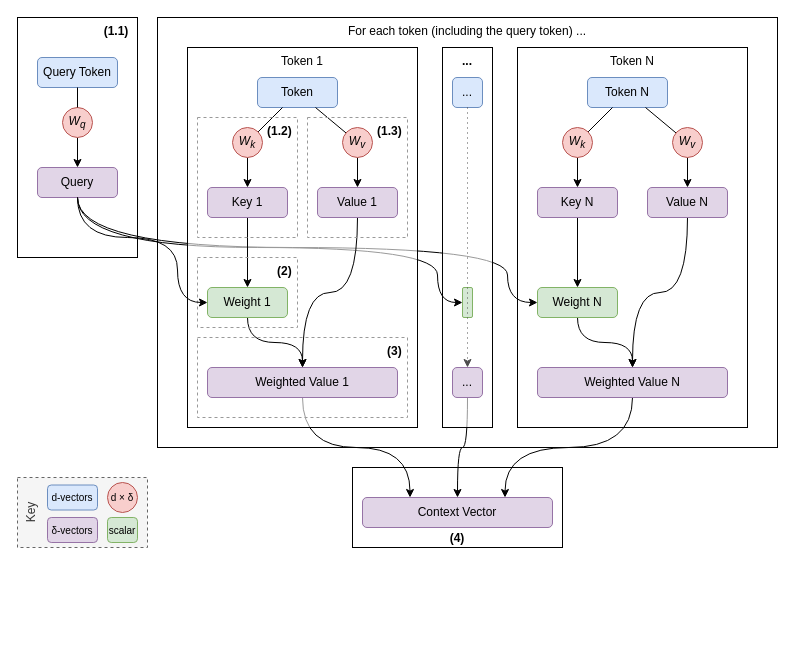
Earlier version of the draw.io diagram book/images/self-attention/overview.drawio (yshavit/llm-notes). Source tidied: cells renumbered, new cells numbered last; positions are measured from the earlier drawing's top-left corner, leaving out a move shared by most shapes. Both pictures are drawn from the tidied source at 100%, with x=0, y=0 at pixel (17, 17).
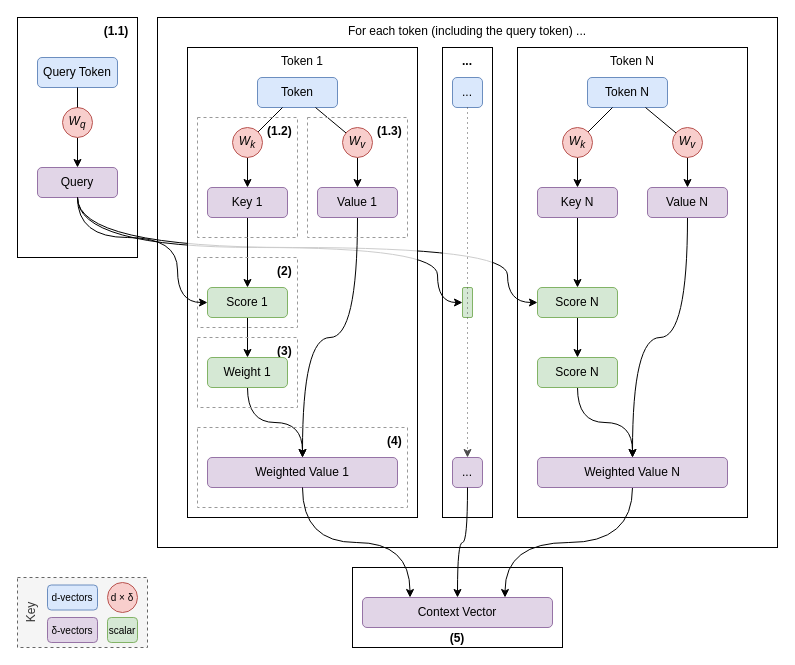
After the change.

The edit, as a diff of the source:
```diff
@@
     <mxCell id="6" value="For each token (including the query token) ..." style="rounded=0;whiteSpace=wrap;html=1;verticalAlign=top;" parent="1" vertex="1">
-      <mxGeometry x="140" width="620" height="430" as="geometry" />
+      <mxGeometry x="140" width="620" height="530" as="geometry" />
     </mxCell>
@@
-    <mxCell id="9" style="edgeStyle=orthogonalEdgeStyle;rounded=0;jettySize=auto;html=1;exitX=0.5;exitY=1;exitDx=0;exitDy=0;entryX=0.25;entryY=0;entryDx=0;entryDy=0;curved=1;" parent="1" edge="1" source="52" target="11">
-      <mxGeometry relative="1" as="geometry" />
-    </mxCell>
-    <mxCell id="10" value="(4)" style="rounded=0;whiteSpace=wrap;html=1;fillColor=none;strokeColor=#000000;align=center;verticalAlign=bottom;fontStyle=1;" parent="1" vertex="1">
-      <mxGeometry x="335" y="450" width="210" height="80" as="geometry" />
+    <mxCell id="10" value="(5)" style="rounded=0;whiteSpace=wrap;html=1;fillColor=none;strokeColor=#000000;align=center;verticalAlign=bottom;fontStyle=1;" parent="1" vertex="1">
+      <mxGeometry x="335" y="550" width="210" height="80" as="geometry" />
     </mxCell>
     <mxCell id="11" value="Context Vector" style="rounded=1;whiteSpace=wrap;html=1;fillColor=#e1d5e7;strokeColor=#9673a6;" parent="1" vertex="1">
-      <mxGeometry x="345" y="480" width="190" height="30" as="geometry" />
+      <mxGeometry x="345" y="580" width="190" height="30" as="geometry" />
     </mxCell>
     <mxCell id="12" value="Token N" style="rounded=0;whiteSpace=wrap;html=1;verticalAlign=top;" parent="1" vertex="1">
-      <mxGeometry x="500" y="30" width="230" height="380" as="geometry" />
+      <mxGeometry x="500" y="30" width="230" height="470" as="geometry" />
     </mxCell>
@@
-    <mxCell id="19" style="rounded=0;jettySize=auto;html=1;exitX=0.5;exitY=1;exitDx=0;exitDy=0;entryX=0.5;entryY=0;entryDx=0;entryDy=0;edgeStyle=orthogonalEdgeStyle;curved=1;" parent="1" edge="1" source="25" target="27">
+    <mxCell id="19" style="rounded=0;jettySize=auto;html=1;exitX=0.5;exitY=1;exitDx=0;exitDy=0;entryX=0.5;entryY=0;entryDx=0;entryDy=0;edgeStyle=orthogonalEdgeStyle;curved=1;" parent="1" edge="1" source="65" target="27">
       <mxGeometry relative="1" as="geometry" />
     </mxCell>
@@
+    <mxCell id="61" style="edgeStyle=orthogonalEdgeStyle;rounded=0;jettySize=auto;html=1;exitX=0.5;exitY=1;exitDx=0;exitDy=0;entryX=0.5;entryY=0;entryDx=0;entryDy=0;" parent="1" edge="1" source="25" target="65">
+      <mxGeometry relative="1" as="geometry" />
+    </mxCell>
-    <mxCell id="25" value="Weight N" style="rounded=1;whiteSpace=wrap;html=1;fillColor=#d5e8d4;strokeColor=#82b366;" parent="1" vertex="1">
+    <mxCell id="25" value="Score N" style="rounded=1;whiteSpace=wrap;html=1;fillColor=#d5e8d4;strokeColor=#82b366;" parent="1" vertex="1">
       <mxGeometry x="520" y="270" width="80" height="30" as="geometry" />
     </mxCell>
@@
     <mxCell id="27" value="Weighted Value N" style="rounded=1;whiteSpace=wrap;html=1;fillColor=#e1d5e7;strokeColor=#9673a6;" parent="1" vertex="1">
-      <mxGeometry x="520" y="350" width="190" height="30" as="geometry" />
+      <mxGeometry x="520" y="440" width="190" height="30" as="geometry" />
     </mxCell>
-    <mxCell id="28" style="edgeStyle=orthogonalEdgeStyle;rounded=0;jettySize=auto;html=1;exitX=0.5;exitY=1;exitDx=0;exitDy=0;entryX=0.5;entryY=0;entryDx=0;entryDy=0;curved=1;" parent="1" edge="1" source="31" target="11">
-      <mxGeometry relative="1" as="geometry" />
-    </mxCell>
@@
-    <mxCell id="30" value="..." style="rounded=0;whiteSpace=wrap;html=1;verticalAlign=top;fontStyle=1;fillColor=#FFFFFF99;" parent="1" vertex="1">
-      <mxGeometry x="425" y="30" width="50" height="380" as="geometry" />
+    <mxCell id="30" value="..." style="rounded=0;whiteSpace=wrap;html=1;verticalAlign=top;fontStyle=1;fillColor=#FFFFFFCC;" parent="1" vertex="1">
+      <mxGeometry x="425" y="30" width="50" height="470" as="geometry" />
     </mxCell>
     <mxCell id="31" value="..." style="rounded=1;whiteSpace=wrap;html=1;fillColor=#e1d5e7;strokeColor=#9673a6;" parent="1" vertex="1">
-      <mxGeometry x="435" y="350" width="30" height="30" as="geometry" />
+      <mxGeometry x="435" y="440" width="30" height="30" as="geometry" />
     </mxCell>
@@
-    <mxCell id="36" value="Token 1" style="rounded=0;whiteSpace=wrap;html=1;verticalAlign=top;fillColor=#FFFFFF99;" parent="1" vertex="1">
-      <mxGeometry x="170" y="30" width="230" height="380" as="geometry" />
+    <mxCell id="36" value="Token 1" style="rounded=0;whiteSpace=wrap;html=1;verticalAlign=top;fillColor=#FFFFFFCC;" parent="1" vertex="1">
+      <mxGeometry x="170" y="30" width="230" height="470" as="geometry" />
     </mxCell>
@@
-    <mxCell id="42" style="rounded=0;jettySize=auto;html=1;exitX=0.5;exitY=1;exitDx=0;exitDy=0;entryX=0.5;entryY=0;entryDx=0;entryDy=0;edgeStyle=orthogonalEdgeStyle;curved=1;" parent="1" edge="1" source="50" target="52">
+    <mxCell id="42" style="rounded=0;jettySize=auto;html=1;exitX=0.5;exitY=1;exitDx=0;exitDy=0;entryX=0.5;entryY=0;entryDx=0;entryDy=0;edgeStyle=orthogonalEdgeStyle;curved=1;" parent="1" edge="1" source="64" target="52">
       <mxGeometry relative="1" as="geometry" />
     </mxCell>
@@
+    <mxCell id="62" style="edgeStyle=orthogonalEdgeStyle;rounded=0;jettySize=auto;html=1;exitX=0.5;exitY=1;exitDx=0;exitDy=0;entryX=0.5;entryY=0;entryDx=0;entryDy=0;" parent="1" edge="1" source="50" target="64">
+      <mxGeometry relative="1" as="geometry" />
+    </mxCell>
-    <mxCell id="50" value="Weight 1" style="rounded=1;whiteSpace=wrap;html=1;fillColor=#d5e8d4;strokeColor=#82b366;" parent="1" vertex="1">
+    <mxCell id="50" value="Score 1" style="rounded=1;whiteSpace=wrap;html=1;fillColor=#d5e8d4;strokeColor=#82b366;" parent="1" vertex="1">
       <mxGeometry x="190" y="270" width="80" height="30" as="geometry" />
     </mxCell>
-    <mxCell id="51" value="(3)&amp;nbsp;" style="rounded=0;whiteSpace=wrap;html=1;fillColor=none;strokeColor=#999999;dashed=1;align=right;verticalAlign=top;fontStyle=1;" parent="1" vertex="1">
-      <mxGeometry x="180" y="320" width="210" height="80" as="geometry" />
+    <mxCell id="51" value="(4)&amp;nbsp;" style="rounded=0;whiteSpace=wrap;html=1;fillColor=none;strokeColor=#999999;dashed=1;align=right;verticalAlign=top;fontStyle=1;" parent="1" vertex="1">
+      <mxGeometry x="180" y="410" width="210" height="80" as="geometry" />
     </mxCell>
     <mxCell id="52" value="Weighted Value 1" style="rounded=1;whiteSpace=wrap;html=1;fillColor=#e1d5e7;strokeColor=#9673a6;" parent="1" vertex="1">
-      <mxGeometry x="190" y="350" width="190" height="30" as="geometry" />
+      <mxGeometry x="190" y="440" width="190" height="30" as="geometry" />
     </mxCell>
@@
     <mxCell id="56" value="Key" style="rounded=0;whiteSpace=wrap;html=1;fillColor=#f5f5f5;fontColor=#333333;strokeColor=#666666;dashed=1;horizontal=0;align=center;verticalAlign=top;" parent="1" vertex="1">
-      <mxGeometry y="460" width="130" height="70" as="geometry" />
+      <mxGeometry y="560" width="130" height="70" as="geometry" />
     </mxCell>
     <mxCell id="57" value="d-vectors" style="rounded=1;whiteSpace=wrap;html=1;fillColor=#dae8fc;strokeColor=#6c8ebf;fontSize=10;" parent="1" vertex="1">
-      <mxGeometry x="30" y="467.5" width="50" height="25" as="geometry" />
+      <mxGeometry x="30" y="567.5" width="50" height="25" as="geometry" />
     </mxCell>
     <mxCell id="58" value="&lt;span&gt;δ&lt;/span&gt;-vectors" style="rounded=1;whiteSpace=wrap;html=1;fillColor=#e1d5e7;strokeColor=#9673a6;fontSize=10;" parent="1" vertex="1">
-      <mxGeometry x="30" y="500" width="50" height="25" as="geometry" />
+      <mxGeometry x="30" y="600" width="50" height="25" as="geometry" />
     </mxCell>
     <mxCell id="59" value="&lt;span style=&quot;font-style: normal;&quot;&gt;d ×&amp;nbsp;δ&lt;/span&gt;" style="ellipse;whiteSpace=wrap;html=1;fontStyle=2;fillColor=#f8cecc;strokeColor=#b85450;fontSize=10;" parent="1" vertex="1">
-      <mxGeometry x="90" y="465" width="30" height="30" as="geometry" />
+      <mxGeometry x="90" y="565" width="30" height="30" as="geometry" />
     </mxCell>
     <mxCell id="60" value="scalar" style="rounded=1;whiteSpace=wrap;html=1;fillColor=#d5e8d4;strokeColor=#82b366;fontSize=10;" parent="1" vertex="1">
-      <mxGeometry x="90" y="500" width="30" height="25" as="geometry" />
+      <mxGeometry x="90" y="600" width="30" height="25" as="geometry" />
     </mxCell>
+    <mxCell id="63" value="(3)&amp;nbsp;" style="rounded=0;whiteSpace=wrap;html=1;fillColor=none;strokeColor=#999999;dashed=1;align=right;verticalAlign=top;fontStyle=1;" parent="1" vertex="1">
+      <mxGeometry x="180" y="320" width="100" height="70" as="geometry" />
+    </mxCell>
+    <mxCell id="64" value="Weight 1" style="rounded=1;whiteSpace=wrap;html=1;fillColor=#d5e8d4;strokeColor=#82b366;" parent="1" vertex="1">
+      <mxGeometry x="190" y="340" width="80" height="30" as="geometry" />
+    </mxCell>
+    <mxCell id="65" value="Score N" style="rounded=1;whiteSpace=wrap;html=1;fillColor=#d5e8d4;strokeColor=#82b366;" parent="1" vertex="1">
+      <mxGeometry x="520" y="340" width="80" height="30" as="geometry" />
+    </mxCell>
+    <mxCell id="9" style="edgeStyle=orthogonalEdgeStyle;rounded=0;jettySize=auto;html=1;exitX=0.5;exitY=1;exitDx=0;exitDy=0;entryX=0.25;entryY=0;entryDx=0;entryDy=0;curved=1;" parent="1" edge="1" source="52" target="11">
+      <mxGeometry relative="1" as="geometry" />
+    </mxCell>
+    <mxCell id="28" style="edgeStyle=orthogonalEdgeStyle;rounded=0;jettySize=auto;html=1;exitX=0.5;exitY=1;exitDx=0;exitDy=0;entryX=0.5;entryY=0;entryDx=0;entryDy=0;curved=1;" parent="1" edge="1" source="31" target="11">
+      <mxGeometry relative="1" as="geometry" />
+    </mxCell>
```
